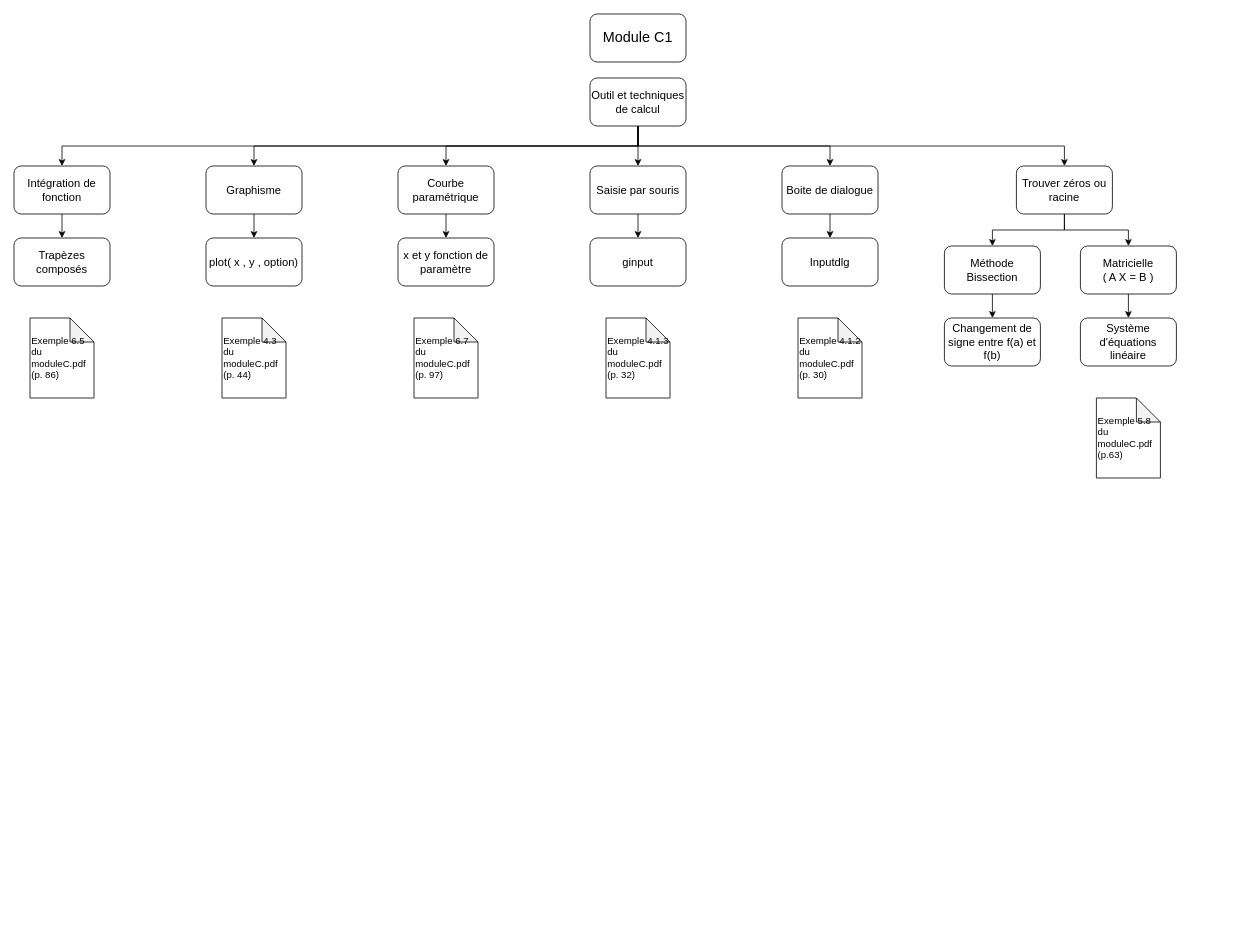
Before: ModuleC1.drawio in richard-phat-the-nguyen/MEC1315, a draw.io diagram. Source tidied: cells renumbered, new cells numbered last; positions are measured from the earlier drawing's top-left corner, leaving out a move shared by most shapes. Both pictures are drawn from the tidied source at 80%, with x=0, y=0 at pixel (14, 14).
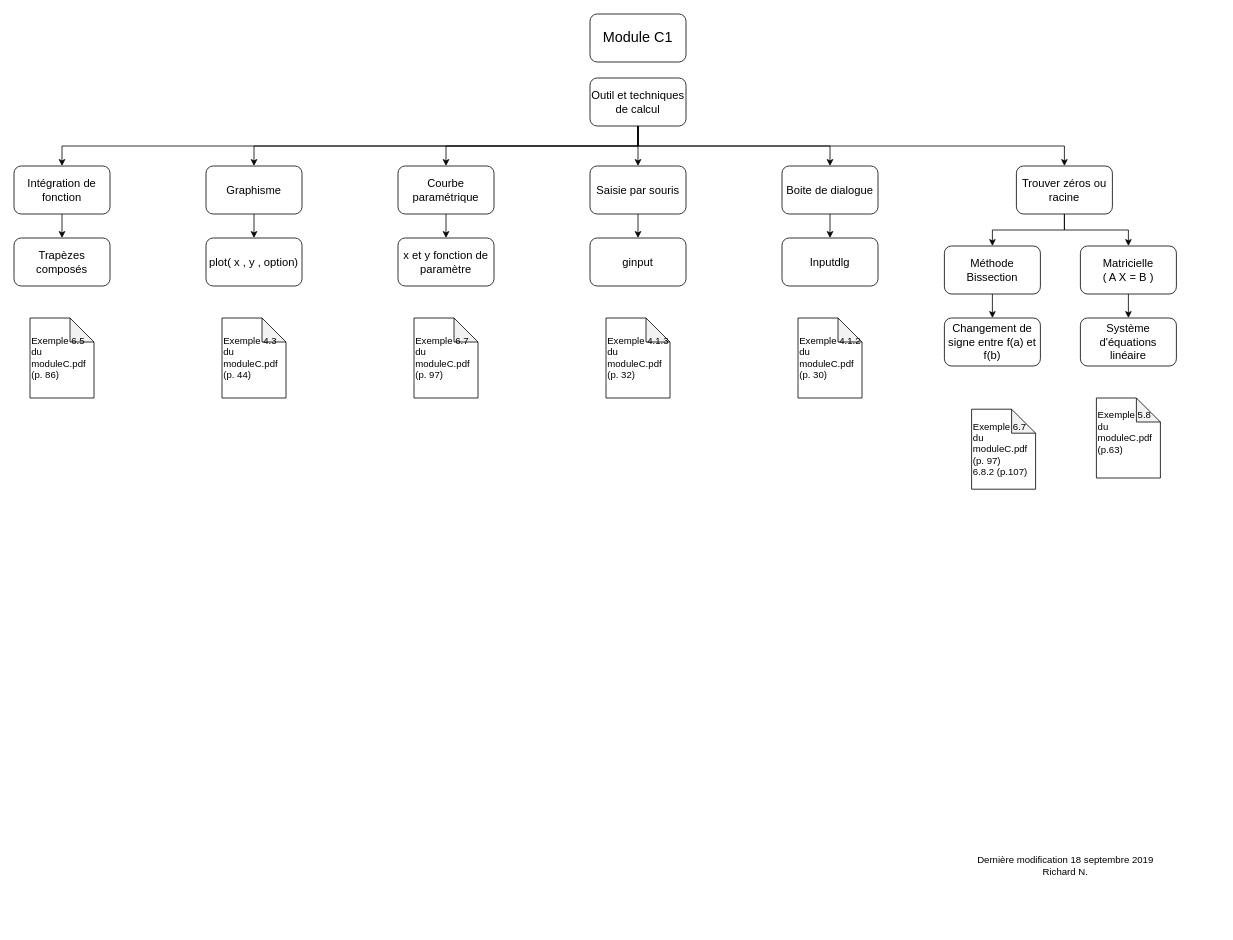
The same page after the edit.

The edit, as a diff of the source:
```diff
@@
-    <mxCell id="37" value="&lt;div align=&quot;left&quot;&gt;Exemple 5.8 du moduleC.pdf (p.63)&lt;br&gt;&lt;/div&gt;" style="shape=note;whiteSpace=wrap;html=1;backgroundOutline=1;darkOpacity=0.05;align=left;" parent="1" vertex="1">
+    <mxCell id="37" value="&lt;div align=&quot;left&quot;&gt;Exemple 5.8 du moduleC.pdf (p.63)&lt;/div&gt;&lt;div align=&quot;left&quot;&gt;&lt;br&gt;&lt;/div&gt;" style="shape=note;whiteSpace=wrap;html=1;backgroundOutline=1;darkOpacity=0.05;align=left;" parent="1" vertex="1">
       <mxGeometry x="1353" y="480" width="80" height="100" as="geometry" />
     </mxCell>
@@
+    <mxCell id="40" value="&lt;div align=&quot;left&quot;&gt;Exemple 6.7&lt;/div&gt;&lt;div align=&quot;left&quot;&gt;du moduleC.pdf (p. 97)&lt;/div&gt;&lt;div align=&quot;left&quot;&gt;6.8.2 (p.107)&lt;br&gt;&lt;/div&gt;" style="shape=note;whiteSpace=wrap;html=1;backgroundOutline=1;darkOpacity=0.05;align=left;" parent="1" vertex="1">
+      <mxGeometry x="1197" y="494" width="80" height="100" as="geometry" />
+    </mxCell>
+    <mxCell id="41" value="&lt;div&gt;Dernière modification 18 septembre 2019&lt;/div&gt;&lt;div&gt;Richard N.&lt;br&gt;&lt;/div&gt;" style="text;html=1;strokeColor=none;fillColor=none;align=center;verticalAlign=middle;whiteSpace=wrap;rounded=0;" parent="1" vertex="1">
+      <mxGeometry x="1123" y="990" width="383" height="150" as="geometry" />
+    </mxCell>
```
